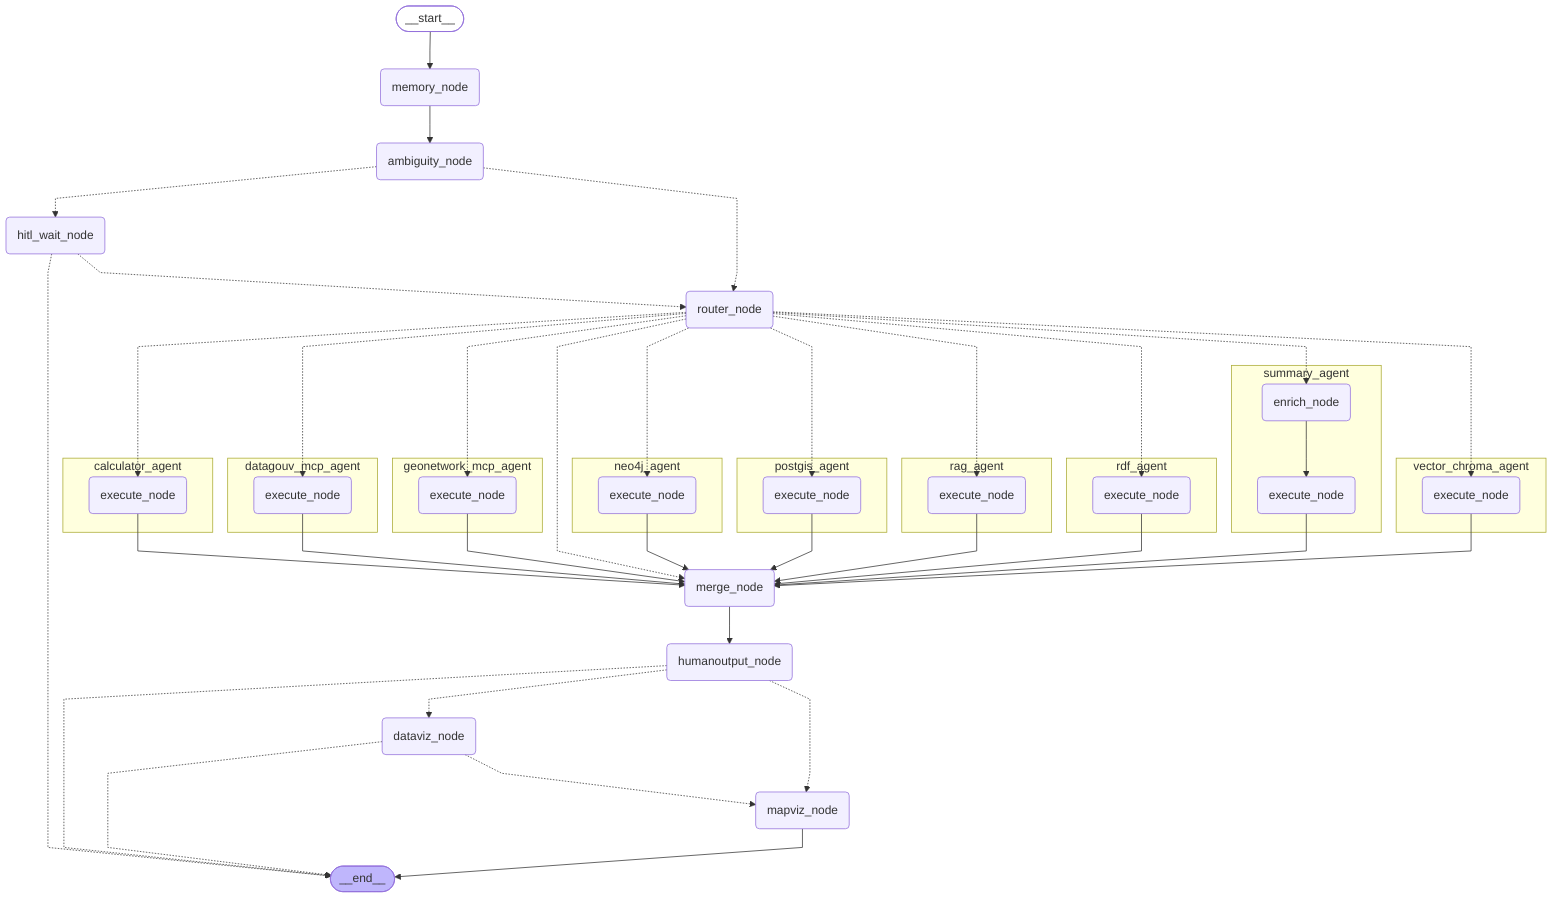
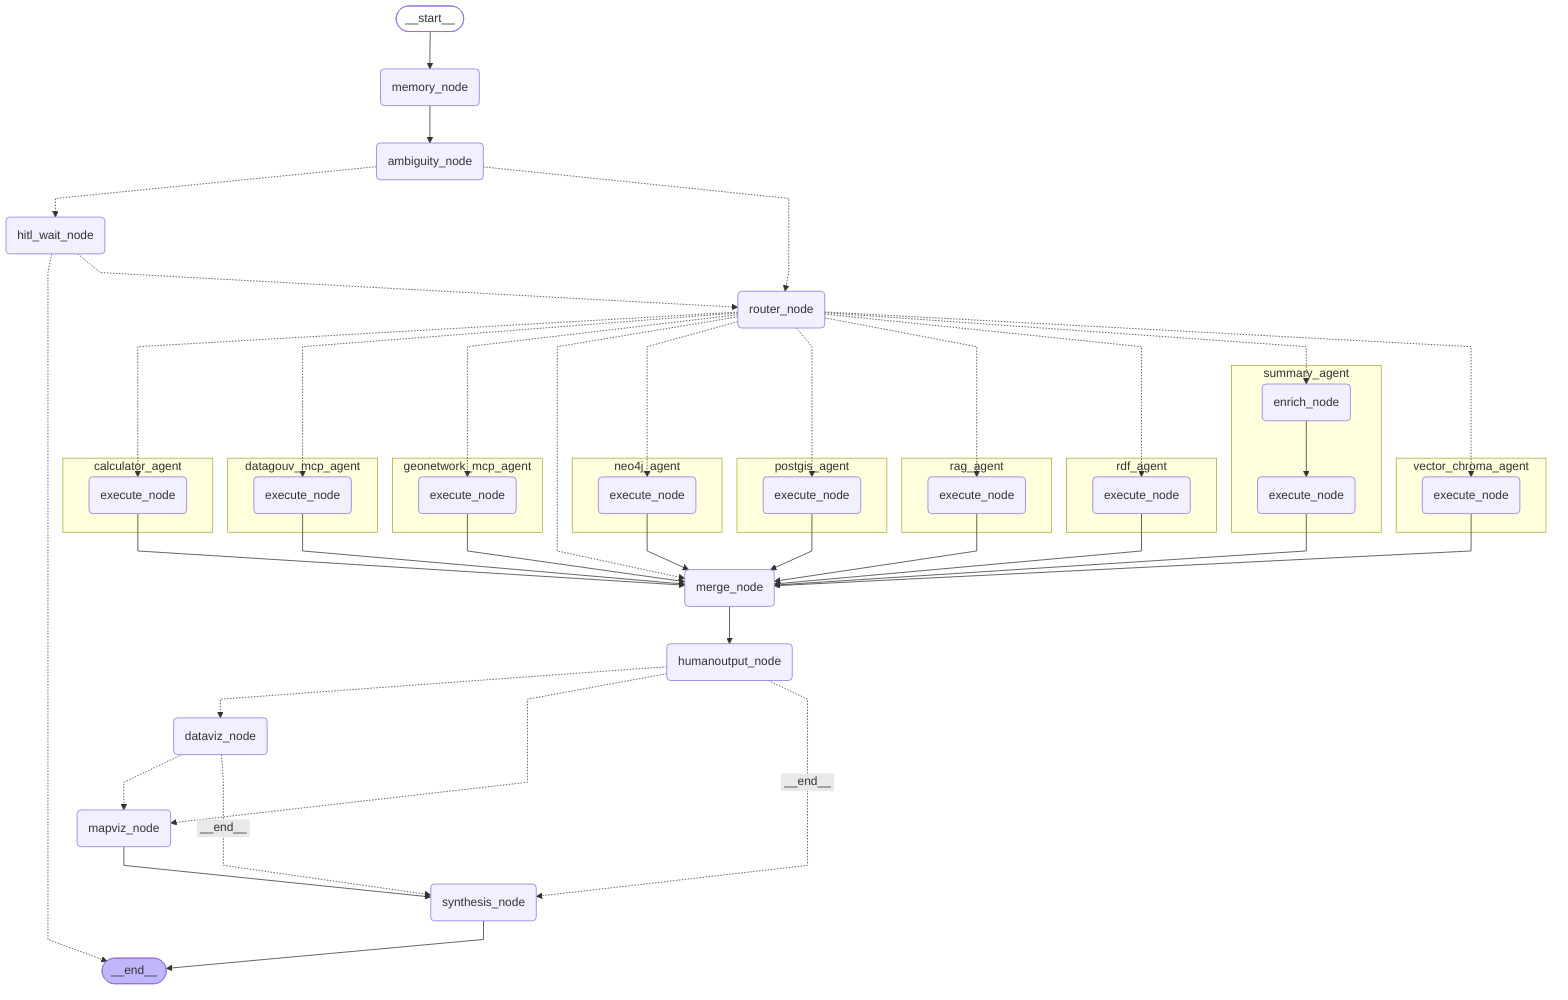
---
config:
  flowchart:
    curve: linear
---
graph TD;
	__start__([<p>__start__</p>]):::first
	memory_node(memory_node)
	ambiguity_node(ambiguity_node)
	hitl_wait_node(hitl_wait_node)
	router_node(router_node)
	merge_node(merge_node)
+ 	synthesis_node(synthesis_node)
	humanoutput_node(humanoutput_node)
	dataviz_node(dataviz_node)
	mapviz_node(mapviz_node)
	__end__([<p>__end__</p>]):::last
	__start__ --> memory_node;
	ambiguity_node -.-> hitl_wait_node;
	ambiguity_node -.-> router_node;
	calculator_agent\3aexecute_node --> merge_node;
	datagouv_mcp_agent\3aexecute_node --> merge_node;
- 	dataviz_node -.-> __end__;
	dataviz_node -.-> mapviz_node;
+ 	dataviz_node -. &nbsp;__end__&nbsp; .-> synthesis_node;
	geonetwork_mcp_agent\3aexecute_node --> merge_node;
	hitl_wait_node -.-> __end__;
	hitl_wait_node -.-> router_node;
- 	humanoutput_node -.-> __end__;
	humanoutput_node -.-> dataviz_node;
	humanoutput_node -.-> mapviz_node;
+ 	humanoutput_node -. &nbsp;__end__&nbsp; .-> synthesis_node;
+ 	mapviz_node --> synthesis_node;
	memory_node --> ambiguity_node;
	merge_node --> humanoutput_node;
	neo4j_agent\3aexecute_node --> merge_node;
	postgis_agent\3aexecute_node --> merge_node;
	rag_agent\3aexecute_node --> merge_node;
	rdf_agent\3aexecute_node --> merge_node;
	router_node -.-> calculator_agent\3aexecute_node;
	router_node -.-> datagouv_mcp_agent\3aexecute_node;
	router_node -.-> geonetwork_mcp_agent\3aexecute_node;
	router_node -.-> merge_node;
	router_node -.-> neo4j_agent\3aexecute_node;
	router_node -.-> postgis_agent\3aexecute_node;
	router_node -.-> rag_agent\3aexecute_node;
	router_node -.-> rdf_agent\3aexecute_node;
	router_node -.-> summary_agent\3aenrich_node;
	router_node -.-> vector_chroma_agent\3aexecute_node;
	summary_agent\3aexecute_node --> merge_node;
	vector_chroma_agent\3aexecute_node --> merge_node;
- 	mapviz_node --> __end__;
+ 	synthesis_node --> __end__;
	subgraph summary_agent
	summary_agent\3aenrich_node(enrich_node)
	summary_agent\3aexecute_node(execute_node)
	summary_agent\3aenrich_node --> summary_agent\3aexecute_node;
	end
	subgraph rag_agent
	rag_agent\3aexecute_node(execute_node)
	end
	subgraph calculator_agent
	calculator_agent\3aexecute_node(execute_node)
	end
	subgraph neo4j_agent
	neo4j_agent\3aexecute_node(execute_node)
	end
	subgraph postgis_agent
	postgis_agent\3aexecute_node(execute_node)
	end
	subgraph rdf_agent
	rdf_agent\3aexecute_node(execute_node)
	end
	subgraph vector_chroma_agent
	vector_chroma_agent\3aexecute_node(execute_node)
	end
	subgraph datagouv_mcp_agent
	datagouv_mcp_agent\3aexecute_node(execute_node)
	end
	subgraph geonetwork_mcp_agent
	geonetwork_mcp_agent\3aexecute_node(execute_node)
	end
	classDef default fill:#f2f0ff,line-height:1.2
	classDef first fill-opacity:0
	classDef last fill:#bfb6fc
